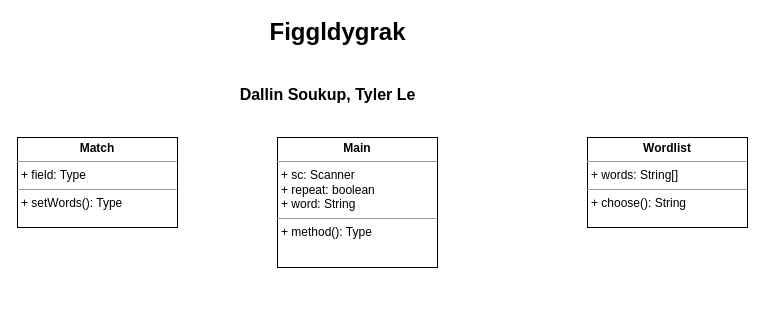
Earlier version of the draw.io diagram test.drawio (9652211/SANDERSON). Source tidied: cells renumbered, new cells numbered last; positions are measured from the earlier drawing's top-left corner, leaving out a move shared by most shapes. Both pictures are drawn from the tidied source at 100%, with x=0, y=0 at pixel (17, 17).
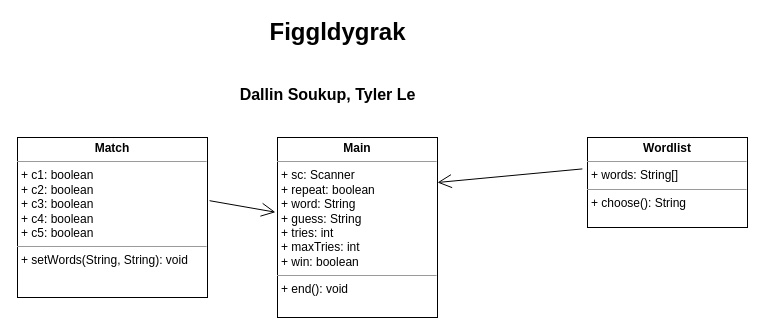
Above is the later version.

Diff of the diagram source:
```diff
@@
 <mxGraphModel>
   <root>
     <mxCell id="0" />
     <mxCell id="1" parent="0" />
     <mxCell id="2" value="Figgldygrak" style="text;strokeColor=none;fillColor=none;html=1;fontSize=24;fontStyle=1;verticalAlign=middle;align=center;" parent="1" vertex="1">
       <mxGeometry x="240" width="160" height="30" as="geometry" />
     </mxCell>
     <mxCell id="3" value="&lt;font style=&quot;font-size: 16px;&quot;&gt;Dallin Soukup, Tyler Le&lt;/font&gt;" style="text;strokeColor=none;fillColor=none;html=1;fontSize=24;fontStyle=1;verticalAlign=middle;align=center;" parent="1" vertex="1">
       <mxGeometry x="90" y="60" width="440" height="30" as="geometry" />
     </mxCell>
-    <mxCell id="4" value="&lt;p style=&quot;margin:0px;margin-top:4px;text-align:center;&quot;&gt;&lt;b&gt;Main&lt;/b&gt;&lt;/p&gt;&lt;hr size=&quot;1&quot;&gt;&lt;p style=&quot;margin:0px;margin-left:4px;&quot;&gt;+ sc: Scanner&lt;/p&gt;&lt;p style=&quot;margin:0px;margin-left:4px;&quot;&gt;+ repeat: boolean&lt;/p&gt;&lt;p style=&quot;margin:0px;margin-left:4px;&quot;&gt;+ word: String&lt;/p&gt;&lt;hr size=&quot;1&quot;&gt;&lt;p style=&quot;margin:0px;margin-left:4px;&quot;&gt;+ method(): Type&lt;/p&gt;" style="verticalAlign=top;align=left;overflow=fill;fontSize=12;fontFamily=Helvetica;html=1;whiteSpace=wrap;" parent="1" vertex="1">
-      <mxGeometry x="260" y="120" width="160" height="130" as="geometry" />
+    <mxCell id="4" value="&lt;p style=&quot;margin:0px;margin-top:4px;text-align:center;&quot;&gt;&lt;b&gt;Main&lt;/b&gt;&lt;/p&gt;&lt;hr size=&quot;1&quot;&gt;&lt;p style=&quot;margin:0px;margin-left:4px;&quot;&gt;+ sc: Scanner&lt;/p&gt;&lt;p style=&quot;margin:0px;margin-left:4px;&quot;&gt;+ repeat: boolean&lt;/p&gt;&lt;p style=&quot;margin:0px;margin-left:4px;&quot;&gt;+ word: String&lt;/p&gt;&lt;p style=&quot;margin:0px;margin-left:4px;&quot;&gt;+ guess: String&lt;/p&gt;&lt;p style=&quot;margin:0px;margin-left:4px;&quot;&gt;+ tries: int&lt;/p&gt;&lt;p style=&quot;margin:0px;margin-left:4px;&quot;&gt;+ maxTries: int&lt;/p&gt;&lt;p style=&quot;margin:0px;margin-left:4px;&quot;&gt;+ win: boolean&lt;/p&gt;&lt;hr size=&quot;1&quot;&gt;&lt;p style=&quot;margin:0px;margin-left:4px;&quot;&gt;+ end(): void&lt;/p&gt;" style="verticalAlign=top;align=left;overflow=fill;fontSize=12;fontFamily=Helvetica;html=1;whiteSpace=wrap;" parent="1" vertex="1">
+      <mxGeometry x="260" y="120" width="160" height="180" as="geometry" />
     </mxCell>
     <mxCell id="5" value="&lt;p style=&quot;margin:0px;margin-top:4px;text-align:center;&quot;&gt;&lt;b&gt;Wordlist&lt;/b&gt;&lt;/p&gt;&lt;hr size=&quot;1&quot;&gt;&lt;p style=&quot;margin:0px;margin-left:4px;&quot;&gt;+ words: String[]&lt;/p&gt;&lt;hr size=&quot;1&quot;&gt;&lt;p style=&quot;margin:0px;margin-left:4px;&quot;&gt;+ choose(): String&lt;/p&gt;" style="verticalAlign=top;align=left;overflow=fill;fontSize=12;fontFamily=Helvetica;html=1;whiteSpace=wrap;" parent="1" vertex="1">
       <mxGeometry x="570" y="120" width="160" height="90" as="geometry" />
     </mxCell>
-    <mxCell id="6" value="&lt;p style=&quot;margin:0px;margin-top:4px;text-align:center;&quot;&gt;&lt;b&gt;Match&lt;/b&gt;&lt;/p&gt;&lt;hr size=&quot;1&quot;&gt;&lt;p style=&quot;margin:0px;margin-left:4px;&quot;&gt;+ field: Type&lt;/p&gt;&lt;hr size=&quot;1&quot;&gt;&lt;p style=&quot;margin:0px;margin-left:4px;&quot;&gt;+ setWords(): Type&lt;/p&gt;" style="verticalAlign=top;align=left;overflow=fill;fontSize=12;fontFamily=Helvetica;html=1;whiteSpace=wrap;" parent="1" vertex="1">
-      <mxGeometry y="120" width="160" height="90" as="geometry" />
+    <mxCell id="6" value="&lt;p style=&quot;margin:0px;margin-top:4px;text-align:center;&quot;&gt;&lt;b&gt;Match&lt;/b&gt;&lt;/p&gt;&lt;hr size=&quot;1&quot;&gt;&lt;p style=&quot;margin:0px;margin-left:4px;&quot;&gt;+ c1: boolean&lt;/p&gt;&lt;p style=&quot;margin:0px;margin-left:4px;&quot;&gt;+ c2: boolean&lt;/p&gt;&lt;p style=&quot;margin:0px;margin-left:4px;&quot;&gt;+ c3: boolean&lt;/p&gt;&lt;p style=&quot;margin:0px;margin-left:4px;&quot;&gt;+ c4: boolean&lt;/p&gt;&lt;p style=&quot;margin:0px;margin-left:4px;&quot;&gt;+ c5: boolean&lt;/p&gt;&lt;hr size=&quot;1&quot;&gt;&lt;p style=&quot;margin:0px;margin-left:4px;&quot;&gt;+ setWords(String, String): void&lt;/p&gt;" style="verticalAlign=top;align=left;overflow=fill;fontSize=12;fontFamily=Helvetica;html=1;whiteSpace=wrap;" parent="1" vertex="1">
+      <mxGeometry y="120" width="190" height="160" as="geometry" />
     </mxCell>
+    <mxCell id="7" style="endArrow=open;endFill=1;endSize=12;html=1;rounded=0;entryX=1;entryY=0.25;entryDx=0;entryDy=0;exitX=-0.032;exitY=0.349;exitDx=0;exitDy=0;exitPerimeter=0;" parent="1" edge="1" source="5" target="4">
+      <mxGeometry relative="1" as="geometry" />
+    </mxCell>
+    <mxCell id="8" style="endArrow=open;endFill=1;endSize=12;html=1;rounded=0;entryX=-0.013;entryY=0.415;entryDx=0;entryDy=0;entryPerimeter=0;exitX=1.011;exitY=0.395;exitDx=0;exitDy=0;exitPerimeter=0;" parent="1" edge="1" source="6" target="4">
+      <mxGeometry relative="1" as="geometry" />
+    </mxCell>
   </root>
 </mxGraphModel>
```
